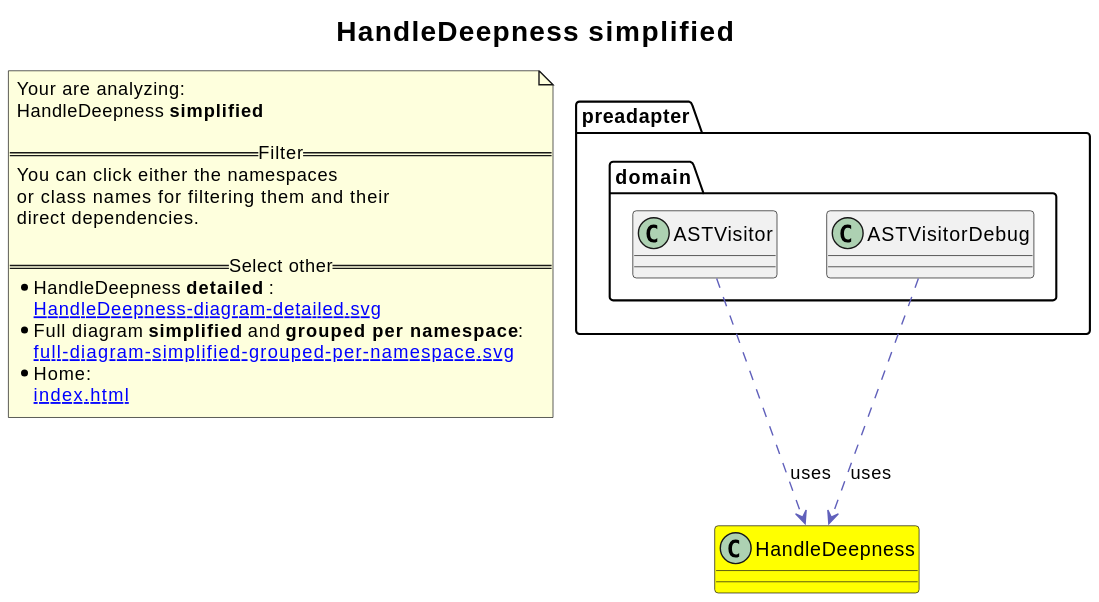
The PlantUML diagram revenger-java-adapter.out/HandleDeepness-diagram-simplified.svg in 2BlackCoffees/revenger, before a commit. The source it was exported from:
```plantuml
@startuml
title <size:20>HandleDeepness **simplified** </size>
note "Your are analyzing:\nHandleDeepness **simplified** \n\n==Filter==\nYou can click either the namespaces \nor class names for filtering them and their\ndirect dependencies.\n\n==Select other==\n* HandleDeepness **detailed** :\n   [[HandleDeepness-diagram-detailed.svg]]\n* Full diagram **simplified** and **grouped per namespace**:\n   [[full-diagram-simplified-grouped-per-namespace.svg]]\n* Home:\n   [[index.html]]" as FloatingNote
class HandleDeepness [[HandleDeepness-diagram-simplified.svg]] #yellow {
}
  class preadapter.domain.ASTVisitor [[preadapter.domain.ASTVisitor-diagram-simplified.svg]]  {
  }
  class preadapter.domain.ASTVisitorDebug [[preadapter.domain.ASTVisitorDebug-diagram-simplified.svg]]  {
  }
preadapter.domain.ASTVisitor .[#6060BB].> HandleDeepness  : uses
preadapter.domain.ASTVisitorDebug .[#6060BB].> HandleDeepness  : uses
@enduml
```
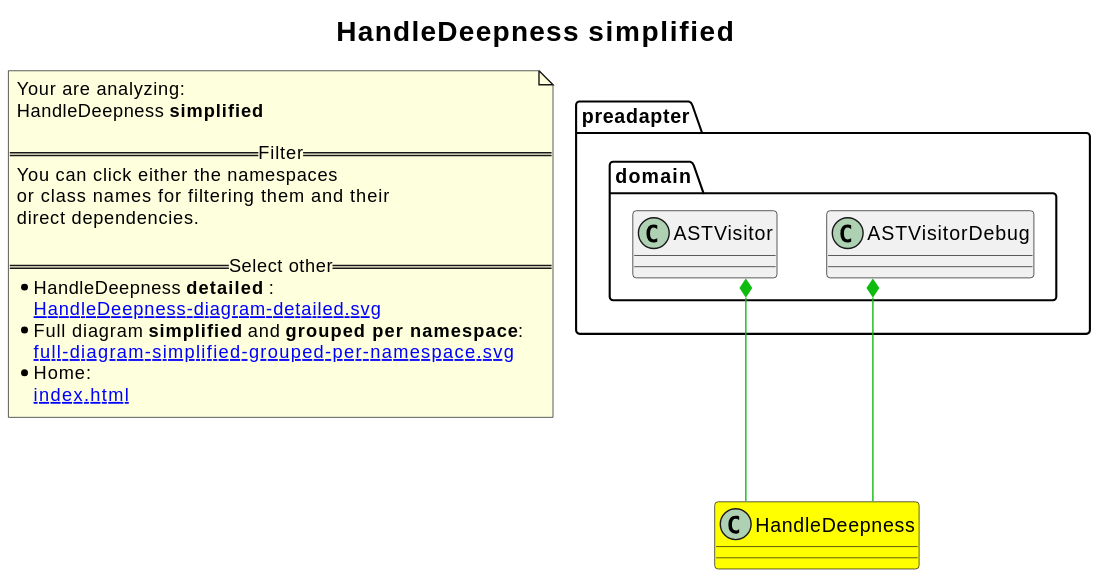
The same diagram one commit later.

Change to the diagram source:
```diff
@@ -1,12 +1,13 @@
 @startuml
+skinparam linetype ortho
 title <size:20>HandleDeepness **simplified** </size>
 note "Your are analyzing:\nHandleDeepness **simplified** \n\n==Filter==\nYou can click either the namespaces \nor class names for filtering them and their\ndirect dependencies.\n\n==Select other==\n* HandleDeepness **detailed** :\n   [[HandleDeepness-diagram-detailed.svg]]\n* Full diagram **simplified** and **grouped per namespace**:\n   [[full-diagram-simplified-grouped-per-namespace.svg]]\n* Home:\n   [[index.html]]" as FloatingNote
 class HandleDeepness [[HandleDeepness-diagram-simplified.svg]] #yellow {
 }
+  class preadapter.domain.ASTVisitorDebug [[preadapter.domain.ASTVisitorDebug-diagram-simplified.svg]]  {
+  }
   class preadapter.domain.ASTVisitor [[preadapter.domain.ASTVisitor-diagram-simplified.svg]]  {
   }
-  class preadapter.domain.ASTVisitorDebug [[preadapter.domain.ASTVisitorDebug-diagram-simplified.svg]]  {
-  }
-preadapter.domain.ASTVisitor .[#6060BB].> HandleDeepness  : uses
-preadapter.domain.ASTVisitorDebug .[#6060BB].> HandleDeepness  : uses
+preadapter.domain.ASTVisitorDebug *-[#10BB10]- HandleDeepness
+preadapter.domain.ASTVisitor *-[#10BB10]- HandleDeepness
 @enduml
```
